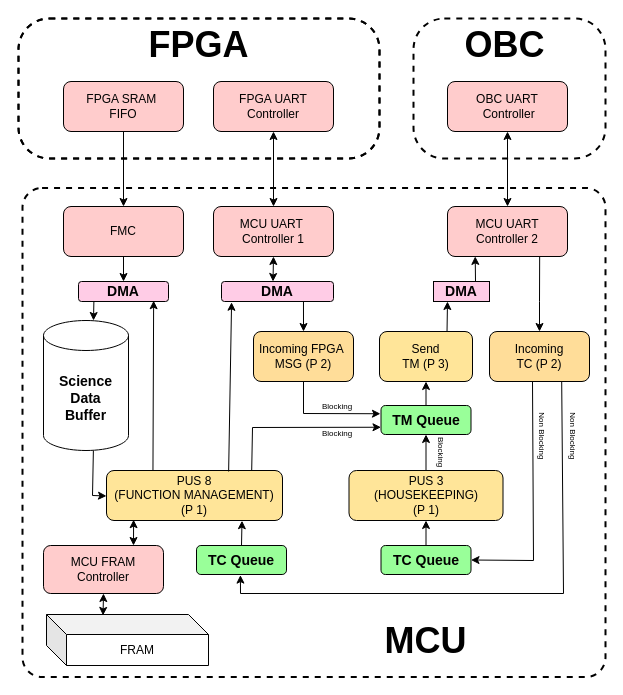
Earlier version of the draw.io diagram Software_Architecture_DataHub.drawio (WhiskeySierraPapa/LP-Software-uC-SP-MThesis-2025). Source tidied: cells renumbered, new cells numbered last; positions are measured from the earlier drawing's top-left corner, leaving out a move shared by most shapes. Both pictures are drawn from the tidied source at 100%, with x=0, y=0 at pixel (18, 18).
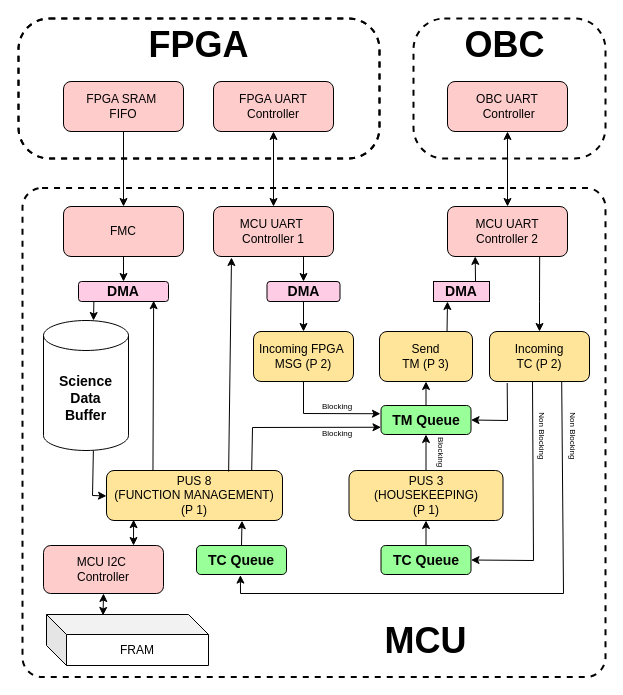
After the change.

The change refers to these unchanged cells:
```xml
<mxCell id="3" value="PUS 8&#10;(FUNCTION MANAGEMENT)&#10;(P 1)" style="rounded=1;whiteSpace=wrap;fillColor=#FFE599;" parent="1" vertex="1">
  <mxGeometry x="88" y="452" width="176" height="50" as="geometry" />
</mxCell>
<mxCell id="11" value="MCU UART &#10;Controller 1" style="rounded=1;whiteSpace=wrap;fillColor=#FFCCCC;" parent="1" vertex="1">
  <mxGeometry x="195" y="188" width="120" height="50" as="geometry" />
</mxCell>
<mxCell id="31" value="&lt;font style=&quot;font-size: 14px;&quot;&gt;&lt;b&gt;TM Queue&lt;/b&gt;&lt;/font&gt;" style="rounded=1;whiteSpace=wrap;html=1;fillColor=light-dark(#99FF99,var(--ge-dark-color, #121212));" parent="1" vertex="1">
  <mxGeometry x="362.5" y="387" width="90" height="29" as="geometry" />
</mxCell>
```

Diff of the diagram source:
```diff
@@
-    <mxCell id="2" value="Incoming&#10;TC (P 2)" style="rounded=1;whiteSpace=wrap;fillColor=#FFDD99;" parent="1" vertex="1">
+    <mxCell id="2" value="Incoming&#10;TC (P 2)" style="rounded=1;whiteSpace=wrap;fillColor=#FFE599;" parent="1" vertex="1">
       <mxGeometry x="471" y="313" width="100" height="50" as="geometry" />
     </mxCell>
@@
-    <mxCell id="10" style="endArrow=classic;html=1;rounded=0;entryX=0.09;entryY=1.038;entryDx=0;entryDy=0;exitX=0.694;exitY=0.02;exitDx=0;exitDy=0;exitPerimeter=0;entryPerimeter=0;" parent="1" edge="1" source="3" target="18">
-      <mxGeometry relative="1" as="geometry" />
+    <mxCell id="10" style="endArrow=classic;html=1;rounded=0;exitX=0.694;exitY=0.02;exitDx=0;exitDy=0;exitPerimeter=0;" parent="1" edge="1" source="3">
+      <mxGeometry relative="1" as="geometry">
+        <mxPoint x="213" y="239" as="targetPoint" />
+      </mxGeometry>
     </mxCell>
@@
-    <mxCell id="13" value="Incoming FPGA &#10;MSG (P 2)" style="rounded=1;whiteSpace=wrap;fillColor=#FFDD99;" parent="1" vertex="1">
+    <mxCell id="13" value="Incoming FPGA &#10;MSG (P 2)" style="rounded=1;whiteSpace=wrap;fillColor=#FFE599;" parent="1" vertex="1">
       <mxGeometry x="235" y="313" width="100" height="50" as="geometry" />
     </mxCell>
@@
     <mxCell id="18" value="&lt;font style=&quot;font-size: 14px;&quot;&gt;&lt;b&gt;DMA&lt;/b&gt;&lt;/font&gt;" style="rounded=1;whiteSpace=wrap;html=1;fillColor=light-dark(#FFCCE6,var(--ge-dark-color, #121212));" parent="1" vertex="1">
-      <mxGeometry x="203" y="263" width="112" height="20" as="geometry" />
+      <mxGeometry x="248.5" y="263" width="73" height="20" as="geometry" />
     </mxCell>
@@
-    <mxCell id="26" style="endArrow=classic;html=1;rounded=0;exitX=0.732;exitY=1.021;exitDx=0;exitDy=0;exitPerimeter=0;" parent="1" edge="1" source="18">
+    <mxCell id="26" style="endArrow=classic;html=1;rounded=0;exitX=0.5;exitY=1;exitDx=0;exitDy=0;" parent="1" edge="1" source="18">
       <mxGeometry relative="1" as="geometry">
         <mxPoint x="285" y="313" as="targetPoint" />
       </mxGeometry>
     </mxCell>
@@
-    <mxCell id="47" value="MCU FRAM&#10;Controller" style="rounded=1;whiteSpace=wrap;fillColor=#FFCCCC;" parent="1" vertex="1">
+    <mxCell id="47" value="MCU I2C &#10;Controller" style="rounded=1;whiteSpace=wrap;fillColor=#FFCCCC;" parent="1" vertex="1">
       <mxGeometry x="25" y="527" width="120" height="48" as="geometry" />
     </mxCell>
@@
-    <mxCell id="51" style="endArrow=classic;startArrow=classic;html=1;rounded=0;entryX=0.5;entryY=1;entryDx=0;entryDy=0;" parent="1" edge="1" target="11">
-      <mxGeometry relative="1" as="geometry">
-        <mxPoint x="254.5" y="263" as="sourcePoint" />
-      </mxGeometry>
-    </mxCell>
@@
+    <mxCell id="57" style="endArrow=classic;html=1;rounded=0;exitX=0.177;exitY=1.03;exitDx=0;exitDy=0;entryX=1;entryY=0.5;entryDx=0;entryDy=0;exitPerimeter=0;" parent="1" edge="1" source="2" target="31">
+      <mxGeometry relative="1" as="geometry">
+        <Array as="points">
+          <mxPoint x="489" y="402" />
+        </Array>
+      </mxGeometry>
+    </mxCell>
+    <mxCell id="58" style="endArrow=classic;html=1;rounded=0;exitX=0.75;exitY=1;exitDx=0;exitDy=0;entryX=0.5;entryY=0;entryDx=0;entryDy=0;" parent="1" edge="1" source="11" target="18">
+      <mxGeometry relative="1" as="geometry" />
+    </mxCell>
```
